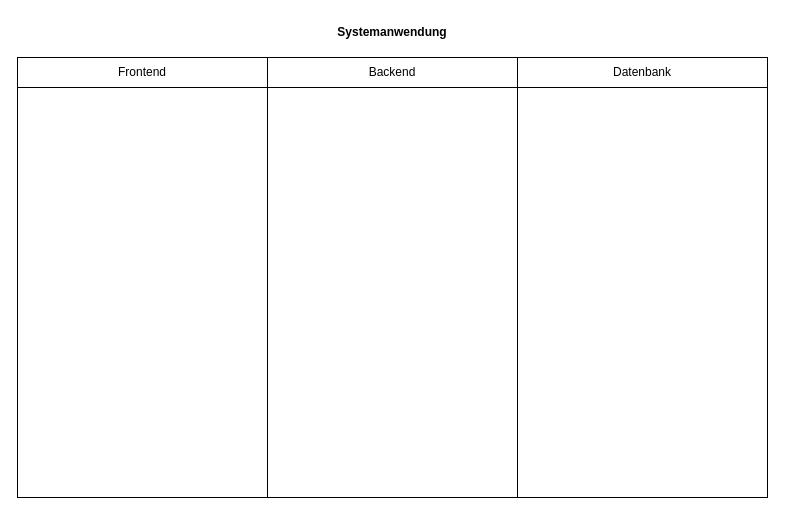
Above: Dokumentation/Vorlage.drawio in CoffeeAddict987/Technik_Blog (draw.io), before the change. Source tidied: cells renumbered, new cells numbered last; positions are measured from the earlier drawing's top-left corner, leaving out a move shared by most shapes. Both pictures are drawn from the tidied source at 100%, with x=0, y=0 at pixel (17, 17).
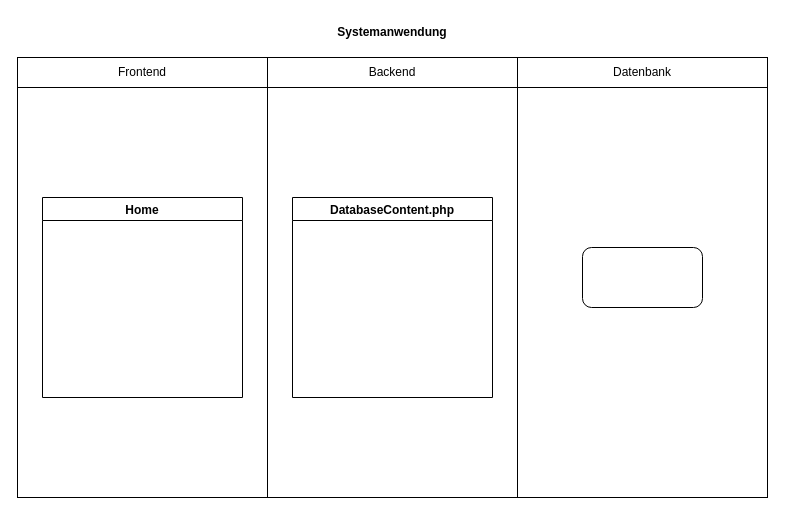
The same diagram, later.

Change to the diagram source:
```diff
@@
 <mxGraphModel>
   <root>
     <mxCell id="0" />
     <mxCell id="1" parent="0" />
     <mxCell id="2" value="Systemanwendung" style="text;html=1;strokeColor=none;fillColor=none;align=center;verticalAlign=middle;whiteSpace=wrap;rounded=0;fontStyle=1;" parent="1" vertex="1">
       <mxGeometry x="313" width="124" height="30" as="geometry" />
     </mxCell>
     <mxCell id="3" style="rounded=0;whiteSpace=wrap;html=1;labelPosition=center;verticalLabelPosition=top;align=center;verticalAlign=bottom;spacingTop=0;" parent="1" vertex="1">
       <mxGeometry y="40" width="250" height="440" as="geometry" />
     </mxCell>
     <mxCell id="4" style="rounded=0;whiteSpace=wrap;html=1;" parent="1" vertex="1">
       <mxGeometry x="250" y="40" width="250" height="440" as="geometry" />
     </mxCell>
     <mxCell id="5" style="rounded=0;whiteSpace=wrap;html=1;" parent="1" vertex="1">
       <mxGeometry x="500" y="40" width="250" height="440" as="geometry" />
     </mxCell>
     <mxCell id="6" value="Frontend" style="text;html=1;strokeColor=none;fillColor=none;align=center;verticalAlign=middle;whiteSpace=wrap;rounded=0;" parent="1" vertex="1">
       <mxGeometry x="95" y="40" width="60" height="30" as="geometry" />
     </mxCell>
     <mxCell id="7" value="Datenbank" style="text;html=1;strokeColor=none;fillColor=none;align=center;verticalAlign=middle;whiteSpace=wrap;rounded=0;" parent="1" vertex="1">
       <mxGeometry x="595" y="40" width="60" height="30" as="geometry" />
     </mxCell>
     <mxCell id="8" value="Backend" style="text;html=1;strokeColor=none;fillColor=none;align=center;verticalAlign=middle;whiteSpace=wrap;rounded=0;" parent="1" vertex="1">
       <mxGeometry x="345" y="40" width="60" height="30" as="geometry" />
     </mxCell>
     <mxCell id="9" style="endArrow=none;html=1;rounded=0;" parent="1" edge="1">
       <mxGeometry relative="1" as="geometry">
         <mxPoint y="70" as="sourcePoint" />
         <mxPoint x="750" y="70" as="targetPoint" />
       </mxGeometry>
     </mxCell>
+    <mxCell id="10" value="Home" style="swimlane;" parent="1" vertex="1">
+      <mxGeometry x="25" y="180" width="200" height="200" as="geometry" />
+    </mxCell>
+    <mxCell id="11" value="DatabaseContent.php" style="swimlane;" parent="1" vertex="1">
+      <mxGeometry x="275" y="180" width="200" height="200" as="geometry" />
+    </mxCell>
+    <mxCell id="12" style="rounded=1;whiteSpace=wrap;html=1;" parent="1" vertex="1">
+      <mxGeometry x="565" y="230" width="120" height="60" as="geometry" />
+    </mxCell>
   </root>
 </mxGraphModel>
```
